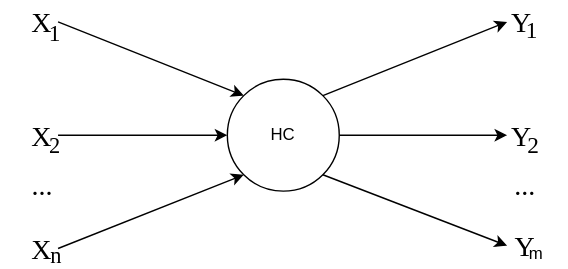
Before: diplom/images/NNBlackBox.svg, a diagram exported from draw.io (Lenonim/DiplomPasterisator). Source tidied: cells renumbered, new cells last; positions are measured from the earlier drawing's top-left corner, leaving out a move shared by most shapes.
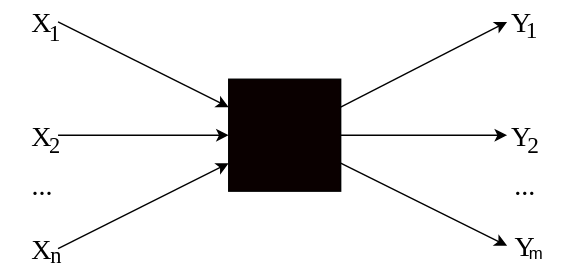
Later version of the same file.

Change to the diagram source:
```diff
@@ -2,13 +2,10 @@
   <root>
     <mxCell id="0" />
     <mxCell id="1" parent="0" />
-    <mxCell id="2" value="НС" style="ellipse;whiteSpace=wrap;html=1;" parent="1" vertex="1">
-      <mxGeometry x="162" y="56" width="80" height="80" as="geometry" />
-    </mxCell>
-    <mxCell id="3" style="endArrow=classic;html=1;rounded=0;entryX=0;entryY=0.5;entryDx=0;entryDy=0;exitX=1;exitY=0.5;exitDx=0;exitDy=0;" parent="1" edge="1" source="6" target="2">
+    <mxCell id="3" style="endArrow=classic;html=1;rounded=0;entryX=0;entryY=0.5;entryDx=0;entryDy=0;exitX=1;exitY=0.5;exitDx=0;exitDy=0;" parent="1" edge="1" source="6" target="23">
       <mxGeometry relative="1" as="geometry" />
     </mxCell>
-    <mxCell id="4" style="endArrow=classic;html=1;rounded=0;entryX=0;entryY=0;entryDx=0;entryDy=0;exitX=1;exitY=0.5;exitDx=0;exitDy=0;" parent="1" edge="1" source="5" target="2">
+    <mxCell id="4" style="endArrow=classic;html=1;rounded=0;entryX=0;entryY=0.25;entryDx=0;entryDy=0;exitX=1;exitY=0.5;exitDx=0;exitDy=0;" parent="1" edge="1" source="5" target="23">
       <mxGeometry relative="1" as="geometry" />
     </mxCell>
     <mxCell id="5" value="&lt;font style=&quot;font-size: 20px;&quot;&gt;X&lt;/font&gt;" style="text;html=1;align=center;verticalAlign=middle;whiteSpace=wrap;rounded=0;fontFamily=Times New Roman;" parent="1" vertex="1">
@@ -17,7 +14,7 @@
     <mxCell id="6" value="&lt;font style=&quot;font-size: 20px;&quot;&gt;X&lt;/font&gt;" style="text;html=1;align=center;verticalAlign=middle;whiteSpace=wrap;rounded=0;fontFamily=Times New Roman;" parent="1" vertex="1">
       <mxGeometry x="18" y="81" width="23" height="30" as="geometry" />
     </mxCell>
-    <mxCell id="7" style="endArrow=classic;html=1;rounded=0;entryX=0;entryY=1;entryDx=0;entryDy=0;exitX=1;exitY=0.5;exitDx=0;exitDy=0;" parent="1" edge="1" source="9" target="2">
+    <mxCell id="7" style="endArrow=classic;html=1;rounded=0;entryX=0;entryY=0.75;entryDx=0;entryDy=0;exitX=1;exitY=0.5;exitDx=0;exitDy=0;" parent="1" edge="1" source="9" target="23">
       <mxGeometry relative="1" as="geometry" />
     </mxCell>
     <mxCell id="8" value="&lt;span style=&quot;font-size: 20px;&quot;&gt;...&lt;/span&gt;" style="text;html=1;align=center;verticalAlign=middle;whiteSpace=wrap;rounded=0;fontFamily=Times New Roman;" parent="1" vertex="1">
@@ -26,13 +23,13 @@
     <mxCell id="9" value="&lt;span style=&quot;font-size: 20px;&quot;&gt;X&lt;/span&gt;" style="text;html=1;align=center;verticalAlign=middle;whiteSpace=wrap;rounded=0;fontFamily=Times New Roman;" parent="1" vertex="1">
       <mxGeometry x="18" y="162" width="23" height="30" as="geometry" />
     </mxCell>
-    <mxCell id="10" style="endArrow=classic;html=1;rounded=0;exitX=1;exitY=0;exitDx=0;exitDy=0;entryX=0;entryY=0.5;entryDx=0;entryDy=0;" parent="1" edge="1" source="2" target="13">
+    <mxCell id="10" style="endArrow=classic;html=1;rounded=0;exitX=1;exitY=0.25;exitDx=0;exitDy=0;entryX=0;entryY=0.5;entryDx=0;entryDy=0;" parent="1" edge="1" source="23" target="13">
       <mxGeometry relative="1" as="geometry" />
     </mxCell>
-    <mxCell id="11" style="endArrow=classic;html=1;rounded=0;exitX=1;exitY=0.5;exitDx=0;exitDy=0;entryX=0;entryY=0.5;entryDx=0;entryDy=0;" parent="1" edge="1" source="2" target="14">
+    <mxCell id="11" style="endArrow=classic;html=1;rounded=0;exitX=1;exitY=0.5;exitDx=0;exitDy=0;entryX=0;entryY=0.5;entryDx=0;entryDy=0;" parent="1" edge="1" source="23" target="14">
       <mxGeometry relative="1" as="geometry" />
     </mxCell>
-    <mxCell id="12" style="endArrow=classic;html=1;rounded=0;exitX=1;exitY=1;exitDx=0;exitDy=0;entryX=0;entryY=0.5;entryDx=0;entryDy=0;" parent="1" edge="1" source="2" target="16">
+    <mxCell id="12" style="endArrow=classic;html=1;rounded=0;exitX=1;exitY=0.75;exitDx=0;exitDy=0;entryX=0;entryY=0.5;entryDx=0;entryDy=0;" parent="1" edge="1" source="23" target="16">
       <mxGeometry relative="1" as="geometry" />
     </mxCell>
     <mxCell id="13" value="&lt;span style=&quot;font-size: 20px;&quot;&gt;Y&lt;/span&gt;" style="text;html=1;align=center;verticalAlign=middle;whiteSpace=wrap;rounded=0;fontFamily=Times New Roman;" parent="1" vertex="1">
@@ -65,5 +62,8 @@
     <mxCell id="22" value="m" style="text;html=1;align=center;verticalAlign=middle;whiteSpace=wrap;rounded=0;" parent="1" vertex="1">
       <mxGeometry x="378" y="173" width="10" height="15" as="geometry" />
     </mxCell>
+    <mxCell id="23" style="whiteSpace=wrap;html=1;fillColor=#0A0000;" parent="1" vertex="1">
+      <mxGeometry x="163" y="56" width="80" height="80" as="geometry" />
+    </mxCell>
   </root>
 </mxGraphModel>
```
